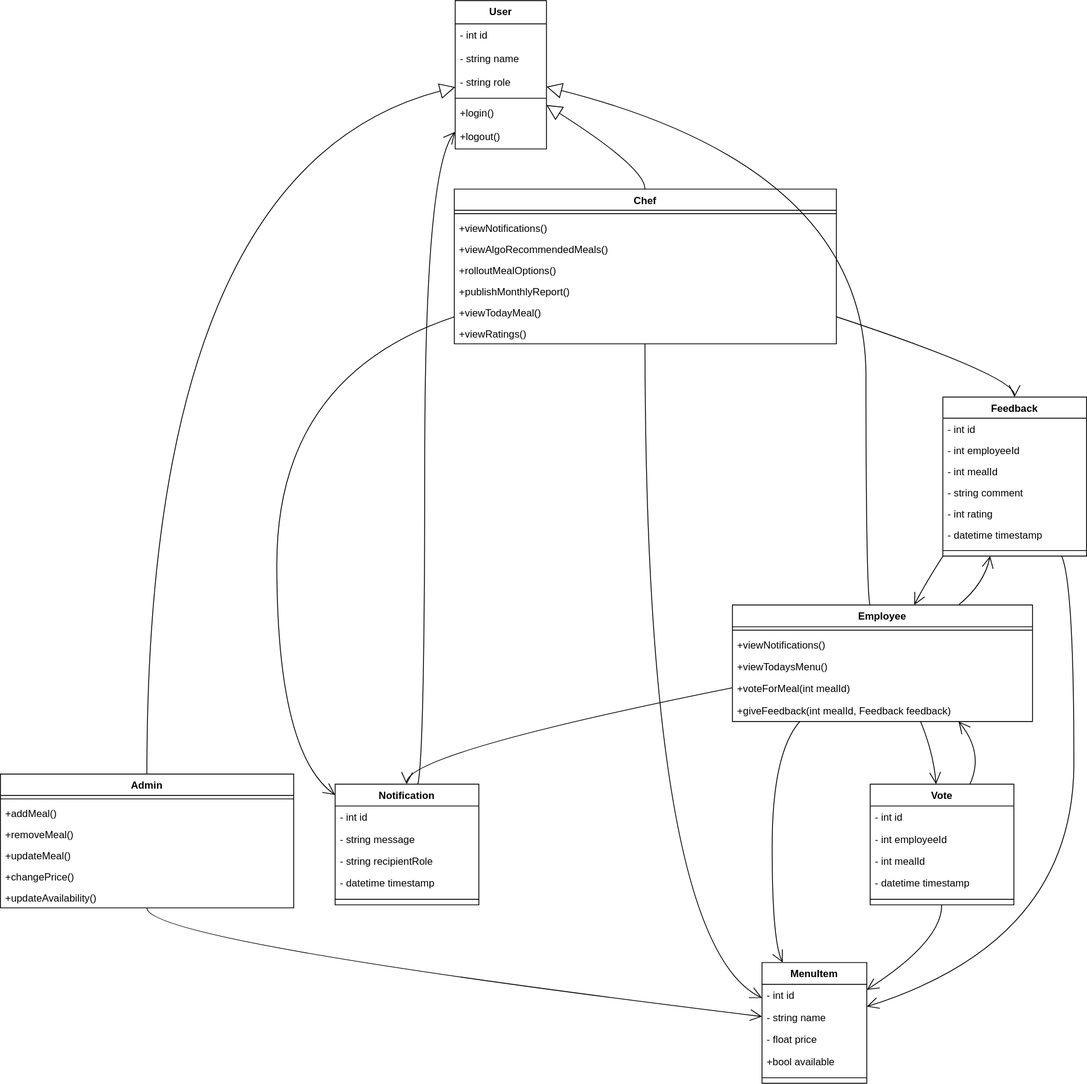
This is Project UML Diagrams/class diagram.svg from manish-sharma-intimetec/Learn-and-Code---Graduation-Project, a draw.io export, as it was before one commit. Source tidied: cells renumbered, new cells last; positions are measured from the earlier drawing's top-left corner, leaving out a move shared by most shapes.
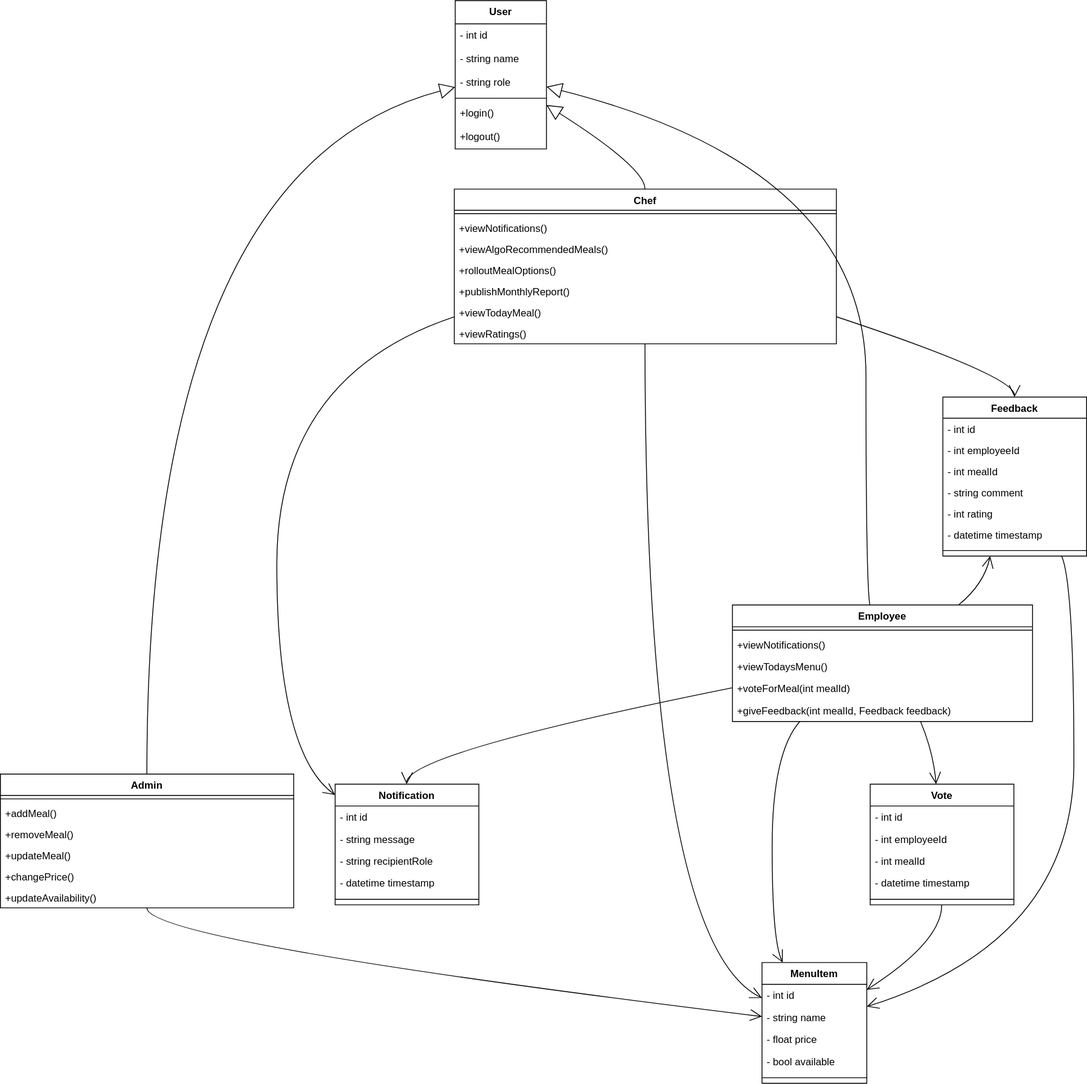
After the change.

What changed in the source:
```diff
@@ -98,7 +98,7 @@
     <mxCell id="33" value="- float price" style="text;strokeColor=none;fillColor=none;align=left;verticalAlign=top;spacingLeft=4;spacingRight=4;overflow=hidden;" parent="30" vertex="1">
       <mxGeometry y="77.8" width="124" height="26" as="geometry" />
     </mxCell>
-    <mxCell id="34" value="+bool available" style="text;strokeColor=none;fillColor=none;align=left;verticalAlign=top;spacingLeft=4;spacingRight=4;overflow=hidden;" parent="30" vertex="1">
+    <mxCell id="34" value="- bool available" style="text;strokeColor=none;fillColor=none;align=left;verticalAlign=top;spacingLeft=4;spacingRight=4;overflow=hidden;" parent="30" vertex="1">
       <mxGeometry y="103.8" width="124" height="26" as="geometry" />
     </mxCell>
     <mxCell id="35" style="line;strokeWidth=1;fillColor=none;align=left;verticalAlign=middle;spacingTop=-1;spacingLeft=3;spacingRight=3;labelPosition=right;strokeColor=inherit;" parent="30" vertex="1">
@@ -244,14 +244,6 @@
         </Array>
       </mxGeometry>
     </mxCell>
-    <mxCell id="67" style="curved=1;startArrow=none;endArrow=open;endSize=12;exitX=0.5763314841070958;exitY=-0.0033333333333333335;entryX=0.00047019675925925923;entryY=0.8844749915266307;rounded=0;" parent="1" edge="1" source="36" target="2">
-      <mxGeometry relative="1" as="geometry">
-        <Array as="points">
-          <mxPoint x="502" y="890" />
-          <mxPoint x="502" y="198" />
-        </Array>
-      </mxGeometry>
-    </mxCell>
     <mxCell id="68" style="curved=1;startArrow=none;endArrow=open;endSize=12;exitX=0.4975643382352941;exitY=0.9966666666666667;entryX=1.0004725302419355;entryY=0.22543015077985123;rounded=0;" parent="1" edge="1" source="42" target="30">
       <mxGeometry relative="1" as="geometry">
         <Array as="points">
@@ -259,13 +251,6 @@
         </Array>
       </mxGeometry>
     </mxCell>
-    <mxCell id="69" style="curved=1;startArrow=none;endArrow=open;endSize=12;exitX=0.6953394965048801;exitY=-0.0033333333333333335;entryX=0.7537411971830986;entryY=1;rounded=0;" parent="1" edge="1" source="42" target="24">
-      <mxGeometry relative="1" as="geometry">
-        <Array as="points">
-          <mxPoint x="1164" y="890" />
-        </Array>
-      </mxGeometry>
-    </mxCell>
     <mxCell id="70" style="curved=1;startArrow=none;endArrow=open;endSize=12;exitX=0.8265288737446193;exitY=1;entryX=1.0004725302419355;entryY=0.36523494720216;rounded=0;" parent="1" edge="1" source="48" target="30">
       <mxGeometry relative="1" as="geometry">
         <Array as="points">
@@ -274,12 +259,5 @@
         </Array>
       </mxGeometry>
     </mxCell>
-    <mxCell id="71" style="curved=1;startArrow=none;endArrow=open;endSize=12;exitX=0.0009646999043525284;exitY=1;entryX=0.6058868838028169;entryY=0;rounded=0;" parent="1" edge="1" source="48" target="24">
-      <mxGeometry relative="1" as="geometry">
-        <Array as="points">
-          <mxPoint x="1094" y="690" />
-        </Array>
-      </mxGeometry>
-    </mxCell>
   </root>
 </mxGraphModel>
```
